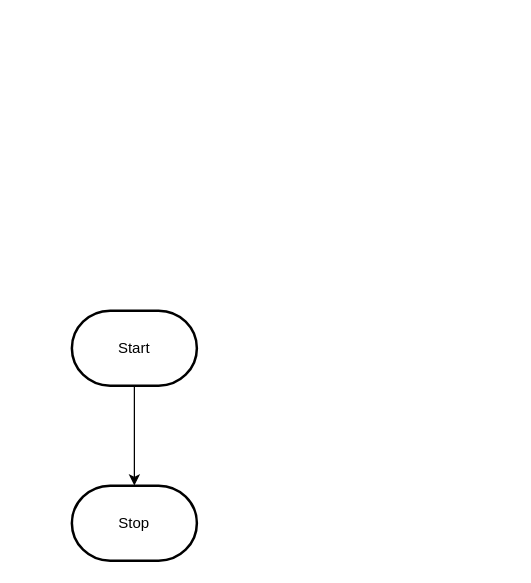
Above: design/flowchart.drawio in MTHS-ICS2O-2-2022/ICS2O-Unit-3-02-alyssia-fung (draw.io), before the change. Source tidied: cells renumbered, new cells numbered last; positions are measured from the earlier drawing's top-left corner, leaving out a move shared by most shapes. Both pictures are drawn from the tidied source at 125%, with x=0, y=0 at pixel (71, 310).
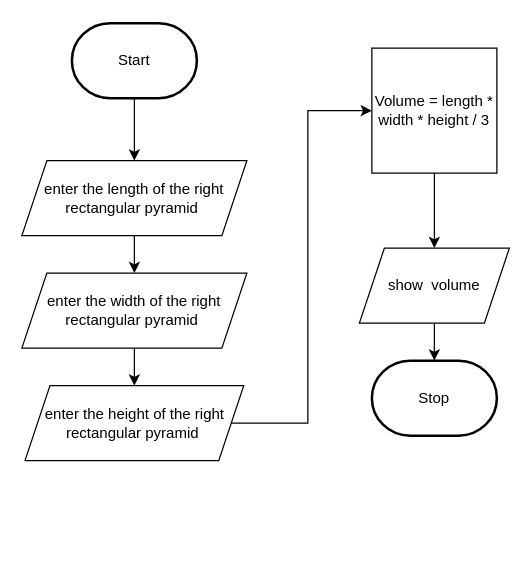
Above is the later version.

What changed in the source:
```diff
@@
 <mxGraphModel>
   <root>
     <mxCell id="0" />
     <mxCell id="1" parent="0" />
-    <mxCell id="2" style="edgeStyle=orthogonalEdgeStyle;html=1;rounded=0;" parent="1" edge="1" source="3" target="4">
-      <mxGeometry relative="1" as="geometry" />
-    </mxCell>
+    <mxCell id="5" style="edgeStyle=orthogonalEdgeStyle;html=1;entryX=0.5;entryY=0;entryDx=0;entryDy=0;rounded=0;" parent="1" edge="1" source="3" target="2">
+      <mxGeometry relative="1" as="geometry" />
+    </mxCell>
     <mxCell id="3" value="Start" style="strokeWidth=2;html=1;shape=mxgraph.flowchart.terminator;whiteSpace=wrap;" parent="1" vertex="1">
-      <mxGeometry width="100" height="60" as="geometry" />
+      <mxGeometry y="-230" width="100" height="60" as="geometry" />
     </mxCell>
     <mxCell id="4" value="Stop" style="strokeWidth=2;html=1;shape=mxgraph.flowchart.terminator;whiteSpace=wrap;" parent="1" vertex="1">
-      <mxGeometry y="140" width="100" height="60" as="geometry" />
+      <mxGeometry x="240" y="40" width="100" height="60" as="geometry" />
     </mxCell>
+    <mxCell id="6" style="edgeStyle=orthogonalEdgeStyle;rounded=0;html=1;entryX=0.5;entryY=0;entryDx=0;entryDy=0;" parent="1" edge="1" source="2" target="10">
+      <mxGeometry relative="1" as="geometry" />
+    </mxCell>
+    <mxCell id="2" value="enter the length of the right rectangular pyramid&amp;nbsp;" style="shape=parallelogram;perimeter=parallelogramPerimeter;whiteSpace=wrap;html=1;fixedSize=1;" parent="1" vertex="1">
+      <mxGeometry x="-40" y="-120" width="180" height="60" as="geometry" />
+    </mxCell>
+    <mxCell id="7" style="edgeStyle=orthogonalEdgeStyle;rounded=0;html=1;exitX=1;exitY=0.5;exitDx=0;exitDy=0;entryX=0;entryY=0.5;entryDx=0;entryDy=0;" parent="1" edge="1" source="8" target="12">
+      <mxGeometry relative="1" as="geometry" />
+    </mxCell>
+    <mxCell id="8" value="enter the height of the right rectangular pyramid&amp;nbsp;" style="shape=parallelogram;perimeter=parallelogramPerimeter;whiteSpace=wrap;html=1;fixedSize=1;" parent="1" vertex="1">
+      <mxGeometry x="-37.5" y="60" width="175" height="60" as="geometry" />
+    </mxCell>
+    <mxCell id="9" style="edgeStyle=orthogonalEdgeStyle;rounded=0;html=1;" parent="1" edge="1" source="10" target="8">
+      <mxGeometry relative="1" as="geometry" />
+    </mxCell>
+    <mxCell id="10" value="enter the width of the right rectangular pyramid&amp;nbsp;" style="shape=parallelogram;perimeter=parallelogramPerimeter;whiteSpace=wrap;html=1;fixedSize=1;" parent="1" vertex="1">
+      <mxGeometry x="-40" y="-30" width="180" height="60" as="geometry" />
+    </mxCell>
+    <mxCell id="11" style="edgeStyle=orthogonalEdgeStyle;rounded=0;html=1;entryX=0.5;entryY=0;entryDx=0;entryDy=0;" parent="1" edge="1" source="12" target="14">
+      <mxGeometry relative="1" as="geometry" />
+    </mxCell>
+    <mxCell id="12" value="Volume = length * width * height / 3" style="whiteSpace=wrap;html=1;" parent="1" vertex="1">
+      <mxGeometry x="240" y="-210" width="100" height="100" as="geometry" />
+    </mxCell>
+    <mxCell id="13" style="edgeStyle=orthogonalEdgeStyle;rounded=0;html=1;entryX=0.5;entryY=0;entryDx=0;entryDy=0;entryPerimeter=0;" parent="1" edge="1" source="14" target="4">
+      <mxGeometry relative="1" as="geometry" />
+    </mxCell>
+    <mxCell id="14" value="show&amp;nbsp; volume" style="shape=parallelogram;perimeter=parallelogramPerimeter;whiteSpace=wrap;html=1;fixedSize=1;" parent="1" vertex="1">
+      <mxGeometry x="230" y="-50" width="120" height="60" as="geometry" />
+    </mxCell>
   </root>
 </mxGraphModel>
```
